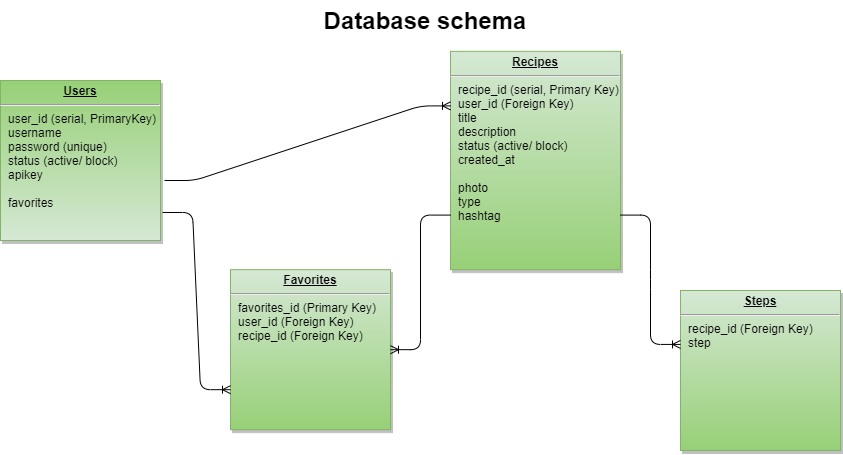
This is files/Database schema.drawio.png from uzhegovaelena/recipes-project, a draw.io export, as it was before one commit. Source tidied: cells renumbered, new cells last; positions are measured from the earlier drawing's top-left corner, leaving out a move shared by most shapes.
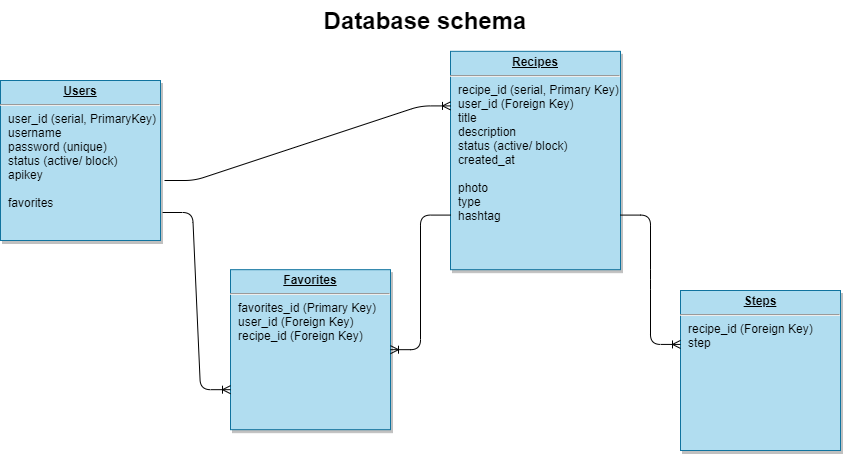
The same diagram one commit later.

Diff of the diagram source:
```diff
@@ -2,19 +2,19 @@
   <root>
     <mxCell id="0" />
     <mxCell id="1" parent="0" />
-    <mxCell id="2" value="&lt;p style=&quot;margin: 0px ; margin-top: 4px ; text-align: center ; text-decoration: underline&quot;&gt;&lt;strong&gt;Recipes&lt;/strong&gt;&lt;br&gt;&lt;/p&gt;&lt;hr&gt;&lt;p style=&quot;margin: 0px ; margin-left: 8px&quot;&gt;recipe_id (serial, Primary Key)&lt;/p&gt;&lt;p style=&quot;margin: 0px ; margin-left: 8px&quot;&gt;user_id (Foreign Key)&lt;/p&gt;&lt;p style=&quot;margin: 0px ; margin-left: 8px&quot;&gt;&lt;span&gt;title&lt;/span&gt;&lt;br&gt;&lt;/p&gt;&lt;p style=&quot;margin: 0px ; margin-left: 8px&quot;&gt;description&lt;/p&gt;&lt;p style=&quot;margin: 0px ; margin-left: 8px&quot;&gt;status (active/ block)&lt;br&gt;&lt;/p&gt;&lt;p style=&quot;margin: 0px 0px 0px 8px&quot;&gt;created_at&lt;/p&gt;&lt;p style=&quot;margin: 0px ; margin-left: 8px&quot;&gt;&lt;span&gt;&lt;br&gt;&lt;/span&gt;&lt;/p&gt;&lt;p style=&quot;margin: 0px ; margin-left: 8px&quot;&gt;&lt;span&gt;photo&lt;/span&gt;&lt;br&gt;&lt;/p&gt;&lt;p style=&quot;margin: 0px ; margin-left: 8px&quot;&gt;type&lt;/p&gt;&lt;p style=&quot;margin: 0px ; margin-left: 8px&quot;&gt;&lt;span&gt;hashtag&lt;/span&gt;&lt;br&gt;&lt;/p&gt;&lt;p style=&quot;margin: 0px ; margin-left: 8px&quot;&gt;&lt;br&gt;&lt;/p&gt;" style="verticalAlign=top;align=left;overflow=fill;fontSize=12;fontFamily=Helvetica;html=1;strokeColor=#82b366;shadow=1;fillColor=#d5e8d4;gradientColor=#97d077;" parent="1" vertex="1">
+    <mxCell id="2" value="&lt;p style=&quot;margin: 0px ; margin-top: 4px ; text-align: center ; text-decoration: underline&quot;&gt;&lt;strong&gt;Recipes&lt;/strong&gt;&lt;br&gt;&lt;/p&gt;&lt;hr&gt;&lt;p style=&quot;margin: 0px ; margin-left: 8px&quot;&gt;recipe_id (serial, Primary Key)&lt;/p&gt;&lt;p style=&quot;margin: 0px ; margin-left: 8px&quot;&gt;user_id (Foreign Key)&lt;/p&gt;&lt;p style=&quot;margin: 0px ; margin-left: 8px&quot;&gt;&lt;span&gt;title&lt;/span&gt;&lt;br&gt;&lt;/p&gt;&lt;p style=&quot;margin: 0px ; margin-left: 8px&quot;&gt;description&lt;/p&gt;&lt;p style=&quot;margin: 0px ; margin-left: 8px&quot;&gt;status (active/ block)&lt;br&gt;&lt;/p&gt;&lt;p style=&quot;margin: 0px 0px 0px 8px&quot;&gt;created_at&lt;/p&gt;&lt;p style=&quot;margin: 0px ; margin-left: 8px&quot;&gt;&lt;span&gt;&lt;br&gt;&lt;/span&gt;&lt;/p&gt;&lt;p style=&quot;margin: 0px ; margin-left: 8px&quot;&gt;&lt;span&gt;photo&lt;/span&gt;&lt;br&gt;&lt;/p&gt;&lt;p style=&quot;margin: 0px ; margin-left: 8px&quot;&gt;type&lt;/p&gt;&lt;p style=&quot;margin: 0px ; margin-left: 8px&quot;&gt;&lt;span&gt;hashtag&lt;/span&gt;&lt;br&gt;&lt;/p&gt;&lt;p style=&quot;margin: 0px ; margin-left: 8px&quot;&gt;&lt;br&gt;&lt;/p&gt;" style="verticalAlign=top;align=left;overflow=fill;fontSize=12;fontFamily=Helvetica;html=1;strokeColor=#10739e;shadow=1;fillColor=#b1ddf0;" parent="1" vertex="1">
       <mxGeometry x="450" y="50.8" width="170" height="218.4" as="geometry" />
     </mxCell>
-    <mxCell id="3" value="&lt;p style=&quot;margin: 0px ; margin-top: 4px ; text-align: center ; text-decoration: underline&quot;&gt;&lt;b&gt;Users&lt;/b&gt;&lt;/p&gt;&lt;hr&gt;&lt;p style=&quot;margin: 0px ; margin-left: 8px&quot;&gt;user_id (serial, PrimaryKey)&lt;/p&gt;&lt;p style=&quot;margin: 0px ; margin-left: 8px&quot;&gt;username&lt;/p&gt;&lt;p style=&quot;margin: 0px ; margin-left: 8px&quot;&gt;password (unique)&lt;/p&gt;&lt;p style=&quot;margin: 0px ; margin-left: 8px&quot;&gt;status (active/ block)&lt;/p&gt;&lt;p style=&quot;margin: 0px ; margin-left: 8px&quot;&gt;apikey&lt;br&gt;&lt;/p&gt;&lt;p style=&quot;margin: 0px ; margin-left: 8px&quot;&gt;&lt;br&gt;&lt;/p&gt;&lt;p style=&quot;margin: 0px ; margin-left: 8px&quot;&gt;favorites&lt;/p&gt;&lt;p style=&quot;margin: 0px ; margin-left: 8px&quot;&gt;&lt;br&gt;&lt;/p&gt;" style="verticalAlign=top;align=left;overflow=fill;fontSize=12;fontFamily=Helvetica;html=1;shadow=1;gradientDirection=north;fillColor=#d5e8d4;strokeColor=#82b366;gradientColor=#97d077;" parent="1" vertex="1">
+    <mxCell id="3" value="&lt;p style=&quot;margin: 0px ; margin-top: 4px ; text-align: center ; text-decoration: underline&quot;&gt;&lt;b&gt;Users&lt;/b&gt;&lt;/p&gt;&lt;hr&gt;&lt;p style=&quot;margin: 0px ; margin-left: 8px&quot;&gt;user_id (serial, PrimaryKey)&lt;/p&gt;&lt;p style=&quot;margin: 0px ; margin-left: 8px&quot;&gt;username&lt;/p&gt;&lt;p style=&quot;margin: 0px ; margin-left: 8px&quot;&gt;password (unique)&lt;/p&gt;&lt;p style=&quot;margin: 0px ; margin-left: 8px&quot;&gt;status (active/ block)&lt;/p&gt;&lt;p style=&quot;margin: 0px ; margin-left: 8px&quot;&gt;apikey&lt;br&gt;&lt;/p&gt;&lt;p style=&quot;margin: 0px ; margin-left: 8px&quot;&gt;&lt;br&gt;&lt;/p&gt;&lt;p style=&quot;margin: 0px ; margin-left: 8px&quot;&gt;favorites&lt;/p&gt;&lt;p style=&quot;margin: 0px ; margin-left: 8px&quot;&gt;&lt;br&gt;&lt;/p&gt;" style="verticalAlign=top;align=left;overflow=fill;fontSize=12;fontFamily=Helvetica;html=1;shadow=1;gradientDirection=north;fillColor=#b1ddf0;strokeColor=#10739e;" parent="1" vertex="1">
       <mxGeometry y="80" width="160" height="160" as="geometry" />
     </mxCell>
-    <mxCell id="4" value="&lt;p style=&quot;margin: 0px ; margin-top: 4px ; text-align: center ; text-decoration: underline&quot;&gt;&lt;b&gt;Favorites&lt;/b&gt;&lt;/p&gt;&lt;hr&gt;&lt;p style=&quot;margin: 0px ; margin-left: 8px&quot;&gt;favorites_id (Primary Key)&lt;/p&gt;&lt;p style=&quot;margin: 0px ; margin-left: 8px&quot;&gt;user_id&amp;nbsp;(Foreign Key)&lt;/p&gt;&lt;p style=&quot;margin: 0px ; margin-left: 8px&quot;&gt;recipe_id&amp;nbsp;&lt;span&gt;(Foreign Key)&amp;nbsp;&lt;/span&gt;&lt;/p&gt;&lt;p style=&quot;margin: 0px ; margin-left: 8px&quot;&gt;&lt;br&gt;&lt;/p&gt;" style="verticalAlign=top;align=left;overflow=fill;fontSize=12;fontFamily=Helvetica;html=1;shadow=1;fillColor=#d5e8d4;strokeColor=#82b366;gradientColor=#97d077;" parent="1" vertex="1">
+    <mxCell id="4" value="&lt;p style=&quot;margin: 0px ; margin-top: 4px ; text-align: center ; text-decoration: underline&quot;&gt;&lt;b&gt;Favorites&lt;/b&gt;&lt;/p&gt;&lt;hr&gt;&lt;p style=&quot;margin: 0px ; margin-left: 8px&quot;&gt;favorites_id (Primary Key)&lt;/p&gt;&lt;p style=&quot;margin: 0px ; margin-left: 8px&quot;&gt;user_id&amp;nbsp;(Foreign Key)&lt;/p&gt;&lt;p style=&quot;margin: 0px ; margin-left: 8px&quot;&gt;recipe_id&amp;nbsp;&lt;span&gt;(Foreign Key)&amp;nbsp;&lt;/span&gt;&lt;/p&gt;&lt;p style=&quot;margin: 0px ; margin-left: 8px&quot;&gt;&lt;br&gt;&lt;/p&gt;" style="verticalAlign=top;align=left;overflow=fill;fontSize=12;fontFamily=Helvetica;html=1;shadow=1;fillColor=#b1ddf0;strokeColor=#10739e;" parent="1" vertex="1">
       <mxGeometry x="230" y="269.2" width="160" height="160" as="geometry" />
     </mxCell>
     <mxCell id="5" value="Database schema" style="text;html=1;strokeColor=none;fillColor=none;align=center;verticalAlign=middle;whiteSpace=wrap;rounded=0;fontSize=24;fontStyle=1;" parent="1" vertex="1">
       <mxGeometry x="300" width="250" height="40" as="geometry" />
     </mxCell>
-    <mxCell id="6" value="&lt;p style=&quot;margin: 0px ; margin-top: 4px ; text-align: center ; text-decoration: underline&quot;&gt;&lt;b&gt;Steps&lt;/b&gt;&lt;/p&gt;&lt;hr&gt;&lt;p style=&quot;margin: 0px ; margin-left: 8px&quot;&gt;&lt;span&gt;recipe_id (Foreign Key)&amp;nbsp;&lt;/span&gt;&lt;br&gt;&lt;/p&gt;&lt;p style=&quot;margin: 0px ; margin-left: 8px&quot;&gt;step&lt;/p&gt;&lt;p style=&quot;margin: 0px ; margin-left: 8px&quot;&gt;&lt;br&gt;&lt;/p&gt;" style="verticalAlign=top;align=left;overflow=fill;fontSize=12;fontFamily=Helvetica;html=1;shadow=1;fillColor=#d5e8d4;strokeColor=#82b366;gradientColor=#97d077;" parent="1" vertex="1">
+    <mxCell id="6" value="&lt;p style=&quot;margin: 0px ; margin-top: 4px ; text-align: center ; text-decoration: underline&quot;&gt;&lt;b&gt;Steps&lt;/b&gt;&lt;/p&gt;&lt;hr&gt;&lt;p style=&quot;margin: 0px ; margin-left: 8px&quot;&gt;&lt;span&gt;recipe_id (Foreign Key)&amp;nbsp;&lt;/span&gt;&lt;br&gt;&lt;/p&gt;&lt;p style=&quot;margin: 0px ; margin-left: 8px&quot;&gt;step&lt;/p&gt;&lt;p style=&quot;margin: 0px ; margin-left: 8px&quot;&gt;&lt;br&gt;&lt;/p&gt;" style="verticalAlign=top;align=left;overflow=fill;fontSize=12;fontFamily=Helvetica;html=1;shadow=1;fillColor=#b1ddf0;strokeColor=#10739e;" parent="1" vertex="1">
       <mxGeometry x="680" y="290" width="160" height="160" as="geometry" />
     </mxCell>
     <mxCell id="7" style="edgeStyle=entityRelationEdgeStyle;fontSize=12;html=1;endArrow=ERoneToMany;entryX=0;entryY=0.25;entryDx=0;entryDy=0;exitX=1.025;exitY=0.625;exitDx=0;exitDy=0;exitPerimeter=0;" parent="1" edge="1" source="3" target="2">
```
